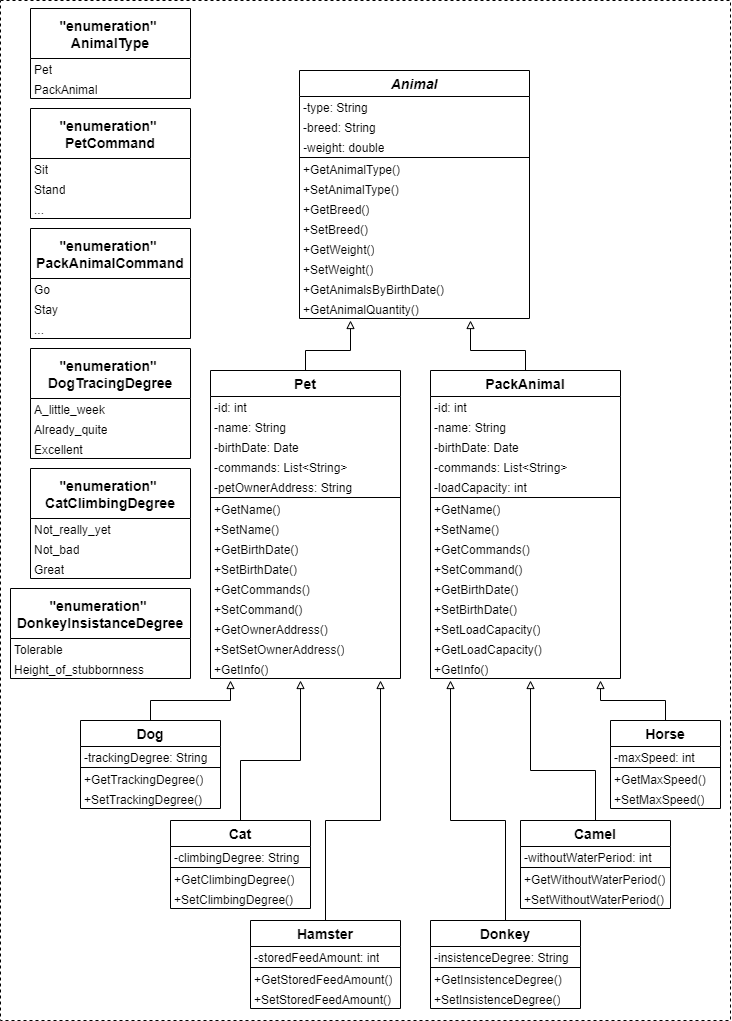
Above: OOP_Java/ClassDiagram/app_class_diagram.png in PDV-geekbrains/The-final-task-of-the-first-year-of-study (draw.io), before the change. Source tidied: cells renumbered, new cells last; positions are measured from the earlier drawing's top-left corner, leaving out a move shared by most shapes.
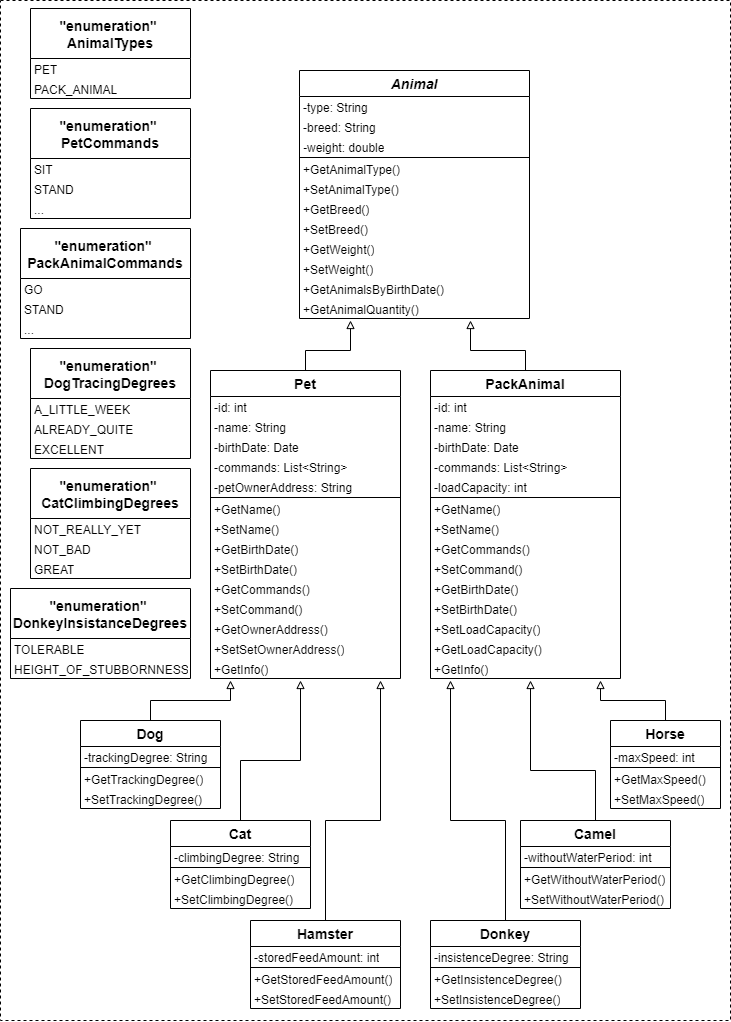
Later version of the same file.

What changed in the source:
```diff
@@ -158,38 +158,38 @@
         </Array>
       </mxGeometry>
     </mxCell>
-    <mxCell id="50" value="&quot;enumeration&quot; &#10;AnimalType" style="swimlane;fontStyle=1;horizontal=1;startSize=50;align=center;fontSize=14;" parent="1" vertex="1">
+    <mxCell id="50" value="&quot;enumeration&quot; &#10;AnimalTypes" style="swimlane;fontStyle=1;horizontal=1;startSize=50;align=center;fontSize=14;" parent="1" vertex="1">
       <mxGeometry x="30" y="8" width="160" height="90" as="geometry" />
     </mxCell>
-    <mxCell id="51" value="Pet" style="text;strokeColor=none;fillColor=none;spacingLeft=4;spacingRight=4;overflow=hidden;fontSize=12;whiteSpace=wrap;html=1;spacing=0;" parent="50" vertex="1">
+    <mxCell id="51" value="PET" style="text;strokeColor=none;fillColor=none;spacingLeft=4;spacingRight=4;overflow=hidden;fontSize=12;whiteSpace=wrap;html=1;spacing=0;" parent="50" vertex="1">
       <mxGeometry y="50" width="160" height="20" as="geometry" />
     </mxCell>
-    <mxCell id="52" value="PackAnimal" style="text;strokeColor=none;fillColor=none;spacingLeft=4;spacingRight=4;overflow=hidden;fontSize=12;whiteSpace=wrap;html=1;spacing=0;" parent="50" vertex="1">
+    <mxCell id="52" value="PACK_ANIMAL" style="text;strokeColor=none;fillColor=none;spacingLeft=4;spacingRight=4;overflow=hidden;fontSize=12;whiteSpace=wrap;html=1;spacing=0;" parent="50" vertex="1">
       <mxGeometry y="70" width="160" height="20" as="geometry" />
     </mxCell>
-    <mxCell id="53" value="&quot;enumeration&quot; &#10;PetCommand" style="swimlane;fontStyle=1;horizontal=1;startSize=50;align=center;fontSize=14;" parent="1" vertex="1">
+    <mxCell id="53" value="&quot;enumeration&quot; &#10;PetCommands" style="swimlane;fontStyle=1;horizontal=1;startSize=50;align=center;fontSize=14;" parent="1" vertex="1">
       <mxGeometry x="30" y="108" width="160" height="110" as="geometry" />
     </mxCell>
-    <mxCell id="54" value="Sit" style="text;strokeColor=none;fillColor=none;spacingLeft=4;spacingRight=4;overflow=hidden;whiteSpace=wrap;spacing=0;html=1;" parent="53" vertex="1">
+    <mxCell id="54" value="SIT" style="text;strokeColor=none;fillColor=none;spacingLeft=4;spacingRight=4;overflow=hidden;whiteSpace=wrap;spacing=0;html=1;" parent="53" vertex="1">
       <mxGeometry y="50" width="160" height="20" as="geometry" />
     </mxCell>
-    <mxCell id="55" value="Stand" style="text;strokeColor=none;fillColor=none;spacingLeft=4;spacingRight=4;overflow=hidden;fontSize=12;whiteSpace=wrap;html=1;spacing=0;" parent="53" vertex="1">
+    <mxCell id="55" value="STAND" style="text;strokeColor=none;fillColor=none;spacingLeft=4;spacingRight=4;overflow=hidden;fontSize=12;whiteSpace=wrap;html=1;spacing=0;" parent="53" vertex="1">
       <mxGeometry y="70" width="160" height="20" as="geometry" />
     </mxCell>
     <mxCell id="56" value="..." style="text;strokeColor=none;fillColor=none;spacingLeft=4;spacingRight=4;overflow=hidden;fontSize=12;whiteSpace=wrap;html=1;spacing=0;" parent="53" vertex="1">
       <mxGeometry y="90" width="160" height="20" as="geometry" />
     </mxCell>
-    <mxCell id="57" value="&quot;enumeration&quot; &#10;PackAnimalCommand" style="swimlane;fontStyle=1;horizontal=1;startSize=50;align=center;fontSize=14;" parent="1" vertex="1">
-      <mxGeometry x="30" y="228" width="160" height="110" as="geometry" />
+    <mxCell id="57" value="&quot;enumeration&quot; &#10;PackAnimalCommands" style="swimlane;fontStyle=1;horizontal=1;startSize=50;align=center;fontSize=14;" parent="1" vertex="1">
+      <mxGeometry x="20" y="228" width="170" height="110" as="geometry" />
     </mxCell>
-    <mxCell id="58" value="Go" style="text;strokeColor=none;fillColor=none;spacingLeft=4;spacingRight=4;overflow=hidden;fontSize=12;whiteSpace=wrap;html=1;spacing=0;" parent="57" vertex="1">
-      <mxGeometry y="50" width="160" height="20" as="geometry" />
+    <mxCell id="58" value="GO" style="text;strokeColor=none;fillColor=none;spacingLeft=4;spacingRight=4;overflow=hidden;fontSize=12;whiteSpace=wrap;html=1;spacing=0;" parent="57" vertex="1">
+      <mxGeometry y="50" width="170" height="20" as="geometry" />
     </mxCell>
-    <mxCell id="59" value="Stay" style="text;strokeColor=none;fillColor=none;spacingLeft=4;spacingRight=4;overflow=hidden;fontSize=12;whiteSpace=wrap;html=1;spacing=0;" parent="57" vertex="1">
-      <mxGeometry y="70" width="160" height="20" as="geometry" />
+    <mxCell id="59" value="STAND" style="text;strokeColor=none;fillColor=none;spacingLeft=4;spacingRight=4;overflow=hidden;fontSize=12;whiteSpace=wrap;html=1;spacing=0;" parent="57" vertex="1">
+      <mxGeometry y="70" width="170" height="20" as="geometry" />
     </mxCell>
     <mxCell id="60" value="..." style="text;strokeColor=none;fillColor=none;spacingLeft=4;spacingRight=4;overflow=hidden;fontSize=12;whiteSpace=wrap;html=1;spacing=0;" parent="57" vertex="1">
-      <mxGeometry y="90" width="160" height="20" as="geometry" />
+      <mxGeometry y="90" width="170" height="20" as="geometry" />
     </mxCell>
     <mxCell id="61" value="Dog" style="swimlane;fontStyle=1;horizontal=1;startSize=26;align=center;fontSize=14;" parent="1" vertex="1">
       <mxGeometry x="80" y="720" width="140" height="88" as="geometry" />
@@ -215,16 +215,16 @@
         </Array>
       </mxGeometry>
     </mxCell>
-    <mxCell id="67" value="&quot;enumeration&quot; &#10;DogTracingDegree" style="swimlane;fontStyle=1;horizontal=1;startSize=50;align=center;fontSize=14;" parent="1" vertex="1">
+    <mxCell id="67" value="&quot;enumeration&quot; &#10;DogTracingDegrees" style="swimlane;fontStyle=1;horizontal=1;startSize=50;align=center;fontSize=14;" parent="1" vertex="1">
       <mxGeometry x="30" y="348" width="160" height="110" as="geometry" />
     </mxCell>
-    <mxCell id="68" value="A_little_week" style="text;strokeColor=none;fillColor=none;spacingLeft=4;spacingRight=4;overflow=hidden;fontSize=12;whiteSpace=wrap;html=1;spacing=0;" parent="67" vertex="1">
+    <mxCell id="68" value="A_LITTLE_WEEK" style="text;strokeColor=none;fillColor=none;spacingLeft=4;spacingRight=4;overflow=hidden;fontSize=12;whiteSpace=wrap;html=1;spacing=0;" parent="67" vertex="1">
       <mxGeometry y="50" width="160" height="20" as="geometry" />
     </mxCell>
-    <mxCell id="69" value="&lt;span style=&quot;white-space-collapse: preserve;&quot; class=&quot;EzKURWReUAB5oZgtQNkl&quot;&gt;Already_&lt;/span&gt;&lt;span style=&quot;white-space-collapse: preserve;&quot; class=&quot;EzKURWReUAB5oZgtQNkl&quot;&gt;quite&lt;/span&gt;" style="text;strokeColor=none;fillColor=none;spacingLeft=4;spacingRight=4;overflow=hidden;fontSize=12;whiteSpace=wrap;html=1;spacing=0;" parent="67" vertex="1">
+    <mxCell id="69" value="&lt;span style=&quot;white-space-collapse: preserve;&quot;&gt;ALREADY_QUITE&lt;/span&gt;" style="text;strokeColor=none;fillColor=none;spacingLeft=4;spacingRight=4;overflow=hidden;fontSize=12;whiteSpace=wrap;html=1;spacing=0;" parent="67" vertex="1">
       <mxGeometry y="70" width="160" height="20" as="geometry" />
     </mxCell>
-    <mxCell id="70" value="Excellent" style="text;strokeColor=none;fillColor=none;spacingLeft=4;spacingRight=4;overflow=hidden;fontSize=12;whiteSpace=wrap;html=1;spacing=0;" parent="67" vertex="1">
+    <mxCell id="70" value="EXCELLENT" style="text;strokeColor=none;fillColor=none;spacingLeft=4;spacingRight=4;overflow=hidden;fontSize=12;whiteSpace=wrap;html=1;spacing=0;" parent="67" vertex="1">
       <mxGeometry y="90" width="160" height="20" as="geometry" />
     </mxCell>
     <mxCell id="71" value="Cat" style="swimlane;fontStyle=1;horizontal=1;startSize=26;align=center;fontSize=14;" parent="1" vertex="1">
@@ -251,16 +251,16 @@
         </Array>
       </mxGeometry>
     </mxCell>
-    <mxCell id="77" value="&quot;enumeration&quot; &#10;CatClimbingDegree" style="swimlane;fontStyle=1;horizontal=1;startSize=50;align=center;fontSize=14;" parent="1" vertex="1">
+    <mxCell id="77" value="&quot;enumeration&quot; &#10;CatClimbingDegrees" style="swimlane;fontStyle=1;horizontal=1;startSize=50;align=center;fontSize=14;" parent="1" vertex="1">
       <mxGeometry x="30" y="468" width="160" height="110" as="geometry" />
     </mxCell>
-    <mxCell id="78" value="Not_really_yet" style="text;strokeColor=none;fillColor=none;spacingLeft=4;spacingRight=4;overflow=hidden;fontSize=12;whiteSpace=wrap;html=1;spacing=0;" parent="77" vertex="1">
+    <mxCell id="78" value="NOT_REALLY_YET" style="text;strokeColor=none;fillColor=none;spacingLeft=4;spacingRight=4;overflow=hidden;fontSize=12;whiteSpace=wrap;html=1;spacing=0;" parent="77" vertex="1">
       <mxGeometry y="50" width="160" height="20" as="geometry" />
     </mxCell>
-    <mxCell id="79" value="Not_bad" style="text;strokeColor=none;fillColor=none;spacingLeft=4;spacingRight=4;overflow=hidden;fontSize=12;whiteSpace=wrap;html=1;spacing=0;" parent="77" vertex="1">
+    <mxCell id="79" value="NOT_BAD" style="text;strokeColor=none;fillColor=none;spacingLeft=4;spacingRight=4;overflow=hidden;fontSize=12;whiteSpace=wrap;html=1;spacing=0;" parent="77" vertex="1">
       <mxGeometry y="70" width="160" height="20" as="geometry" />
     </mxCell>
-    <mxCell id="80" value="Great" style="text;strokeColor=none;fillColor=none;spacingLeft=4;spacingRight=4;overflow=hidden;fontSize=12;whiteSpace=wrap;html=1;spacing=0;" parent="77" vertex="1">
+    <mxCell id="80" value="GREAT" style="text;strokeColor=none;fillColor=none;spacingLeft=4;spacingRight=4;overflow=hidden;fontSize=12;whiteSpace=wrap;html=1;spacing=0;" parent="77" vertex="1">
       <mxGeometry y="90" width="160" height="20" as="geometry" />
     </mxCell>
     <mxCell id="81" value="Hamster" style="swimlane;fontStyle=1;horizontal=1;startSize=26;align=center;fontSize=14;" parent="1" vertex="1">
@@ -359,13 +359,13 @@
         </Array>
       </mxGeometry>
     </mxCell>
-    <mxCell id="105" value="&quot;enumeration&quot; &#10;DonkeyInsistanceDegree" style="swimlane;fontStyle=1;horizontal=1;startSize=50;align=center;fontSize=14;" parent="1" vertex="1">
+    <mxCell id="105" value="&quot;enumeration&quot; &#10;DonkeyInsistanceDegrees" style="swimlane;fontStyle=1;horizontal=1;startSize=50;align=center;fontSize=14;" parent="1" vertex="1">
       <mxGeometry x="10" y="588" width="180" height="90" as="geometry" />
     </mxCell>
-    <mxCell id="106" value="Tolerable" style="text;strokeColor=none;fillColor=none;spacingLeft=4;spacingRight=4;overflow=hidden;fontSize=12;whiteSpace=wrap;html=1;spacing=0;" parent="105" vertex="1">
+    <mxCell id="106" value="TOLERABLE" style="text;strokeColor=none;fillColor=none;spacingLeft=4;spacingRight=4;overflow=hidden;fontSize=12;whiteSpace=wrap;html=1;spacing=0;" parent="105" vertex="1">
       <mxGeometry y="50" width="180" height="20" as="geometry" />
     </mxCell>
-    <mxCell id="107" value="Height_of_stubbornness" style="text;strokeColor=none;fillColor=none;spacingLeft=4;spacingRight=4;overflow=hidden;fontSize=12;whiteSpace=wrap;html=1;spacing=0;" parent="105" vertex="1">
+    <mxCell id="107" value="HEIGHT_OF_STUBBORNNESS" style="text;strokeColor=none;fillColor=none;spacingLeft=4;spacingRight=4;overflow=hidden;fontSize=12;whiteSpace=wrap;html=1;spacing=0;" parent="105" vertex="1">
       <mxGeometry y="70" width="180" height="20" as="geometry" />
     </mxCell>
   </root>
```
